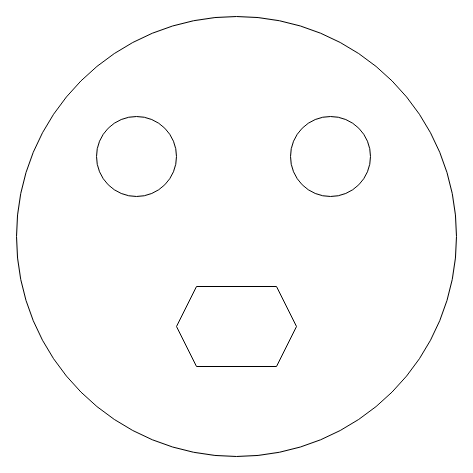
Earlier version of the draw.io diagram Diagrama.drawio (vladuhalys/MyFace). Source tidied: cells renumbered, new cells numbered last; positions are measured from the earlier drawing's top-left corner, leaving out a move shared by most shapes. Both pictures are drawn from the tidied source at 100%, with x=0, y=0 at pixel (16, 16).
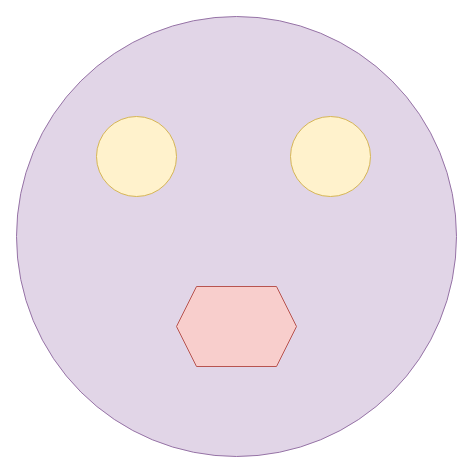
The same diagram, later.

The edit, as a diff of the source:
```diff
@@
 <mxGraphModel>
   <root>
     <mxCell id="0" />
     <mxCell id="1" parent="0" />
-    <mxCell id="2" style="ellipse;whiteSpace=wrap;html=1;" parent="1" vertex="1">
+    <mxCell id="2" style="ellipse;whiteSpace=wrap;html=1;fillColor=#e1d5e7;strokeColor=#9673a6;" parent="1" vertex="1">
       <mxGeometry width="440" height="440" as="geometry" />
     </mxCell>
-    <mxCell id="3" style="ellipse;whiteSpace=wrap;html=1;" parent="1" vertex="1">
+    <mxCell id="3" style="ellipse;whiteSpace=wrap;html=1;fillColor=#fff2cc;strokeColor=#d6b656;" parent="1" vertex="1">
       <mxGeometry x="80" y="100" width="80" height="80" as="geometry" />
     </mxCell>
-    <mxCell id="4" style="ellipse;whiteSpace=wrap;html=1;" parent="1" vertex="1">
+    <mxCell id="4" style="ellipse;whiteSpace=wrap;html=1;fillColor=#fff2cc;strokeColor=#d6b656;" parent="1" vertex="1">
       <mxGeometry x="274" y="100" width="80" height="80" as="geometry" />
     </mxCell>
-    <mxCell id="5" style="shape=hexagon;perimeter=hexagonPerimeter2;whiteSpace=wrap;html=1;fixedSize=1;" parent="1" vertex="1">
+    <mxCell id="5" style="shape=hexagon;perimeter=hexagonPerimeter2;whiteSpace=wrap;html=1;fixedSize=1;fillColor=#f8cecc;strokeColor=#b85450;" parent="1" vertex="1">
       <mxGeometry x="160" y="270" width="120" height="80" as="geometry" />
     </mxCell>
   </root>
 </mxGraphModel>
```
